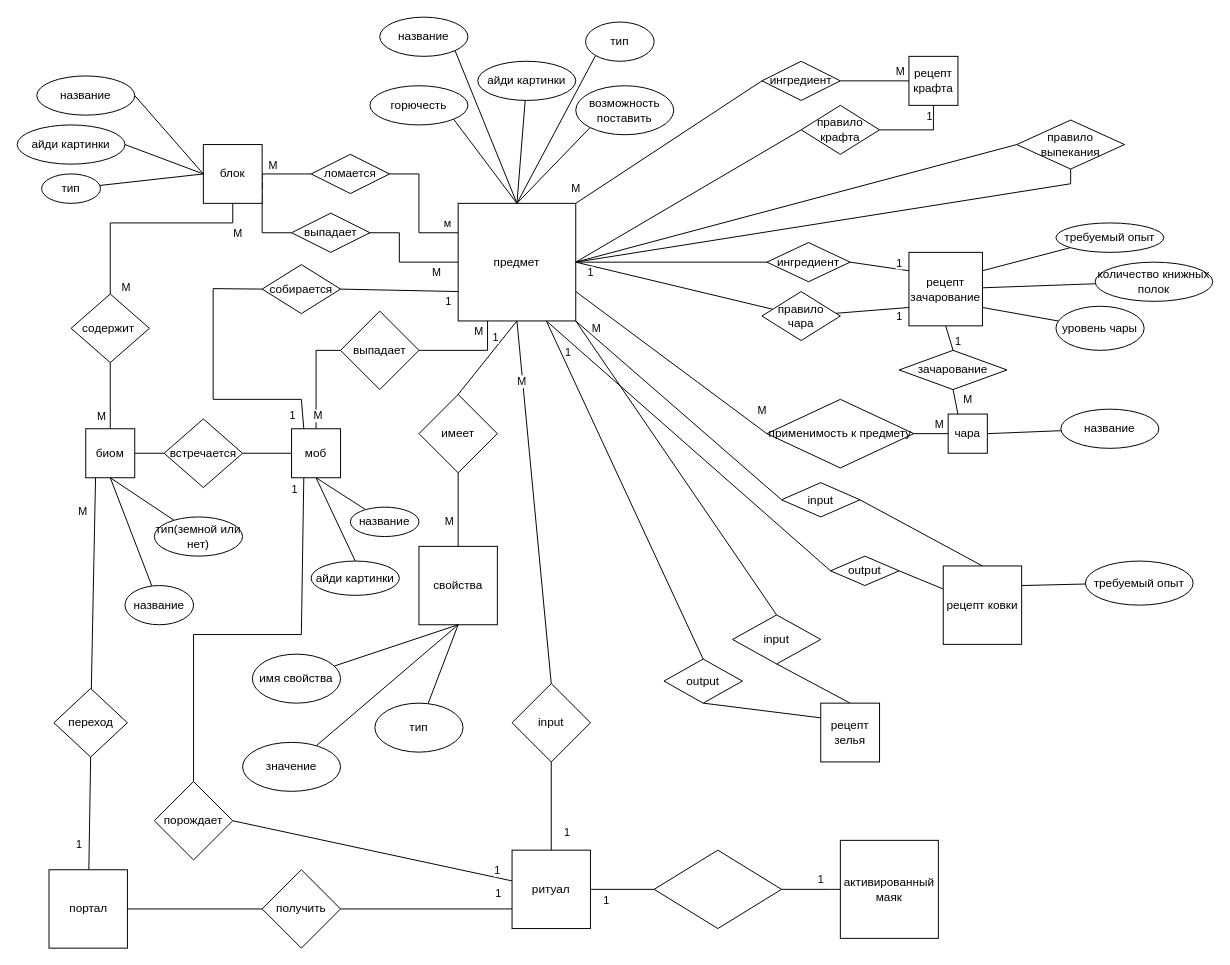
Before: second-stage/DB_coursework1.drawio in ShchA317/db-coursework, a draw.io diagram. Source tidied: cells renumbered, new cells numbered last; positions are measured from the earlier drawing's top-left corner, leaving out a move shared by most shapes. Both pictures are drawn from the tidied source at 98%, with x=0, y=0 at pixel (17, 17).
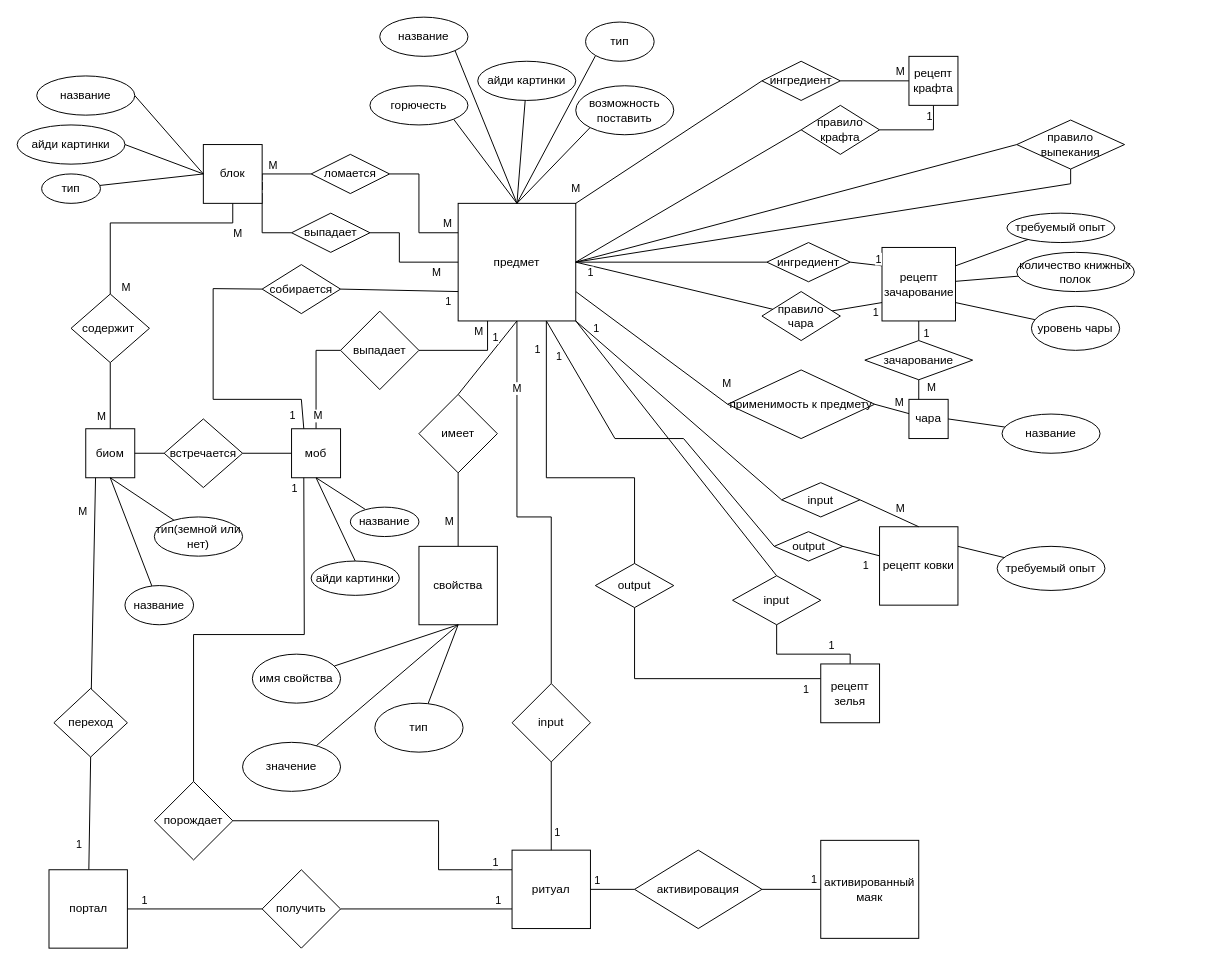
The same diagram, later.

Unchanged cells that the change refers to:
```xml
<mxCell id="8" style="edgeStyle=none;rounded=0;jettySize=auto;html=1;exitX=1;exitY=1;exitDx=0;exitDy=0;entryX=0;entryY=0.5;entryDx=0;entryDy=0;startArrow=none;startFill=0;endArrow=none;endFill=0;" parent="1" edge="1" source="13" target="123">
  <mxGeometry relative="1" as="geometry" />
</mxCell>
<mxCell id="13" value="предмет" style="whiteSpace=wrap;html=1;" parent="1" vertex="1">
  <mxGeometry x="450" y="190" width="120" height="120" as="geometry" />
</mxCell>
<mxCell id="43" value="моб" style="whiteSpace=wrap;html=1;" parent="1" vertex="1">
  <mxGeometry x="280" y="420" width="50" height="50" as="geometry" />
</mxCell>
<mxCell id="54" style="edgeStyle=none;rounded=0;jettySize=auto;html=1;exitX=1;exitY=0.5;exitDx=0;exitDy=0;startArrow=none;startFill=0;endArrow=none;endFill=0;entryX=0;entryY=0.25;entryDx=0;entryDy=0;" parent="1" edge="1" source="56" target="13">
  <mxGeometry relative="1" as="geometry">
    <Array as="points">
      <mxPoint x="410" y="160" />
      <mxPoint x="410" y="220" />
    </Array>
  </mxGeometry>
</mxCell>
<mxCell id="120" style="edgeStyle=none;rounded=0;jettySize=auto;html=1;entryX=1;entryY=0.5;entryDx=0;entryDy=0;startArrow=none;startFill=0;endArrow=none;endFill=0;" parent="1" edge="1" source="121" target="126">
  <mxGeometry relative="1" as="geometry" />
</mxCell>
<mxCell id="122" style="edgeStyle=none;rounded=0;jettySize=auto;html=1;exitX=1;exitY=0.5;exitDx=0;exitDy=0;entryX=0.5;entryY=0;entryDx=0;entryDy=0;startArrow=none;startFill=0;endArrow=none;endFill=0;" parent="1" edge="1" source="123" target="121">
  <mxGeometry relative="1" as="geometry" />
</mxCell>
<mxCell id="136" style="edgeStyle=none;rounded=0;jettySize=auto;html=1;entryX=0;entryY=0.5;entryDx=0;entryDy=0;startArrow=none;startFill=0;endArrow=none;endFill=0;" parent="1" edge="1" source="138" target="156">
  <mxGeometry relative="1" as="geometry" />
</mxCell>
<mxCell id="138" value="ритуал" style="whiteSpace=wrap;html=1;" parent="1" vertex="1">
  <mxGeometry x="505" y="850" width="80" height="80" as="geometry" />
</mxCell>
<mxCell id="139" style="edgeStyle=none;rounded=0;jettySize=auto;html=1;exitX=0.5;exitY=1;exitDx=0;exitDy=0;entryX=0.5;entryY=0;entryDx=0;entryDy=0;startArrow=none;startFill=0;endArrow=none;endFill=0;" parent="1" edge="1" source="141" target="138">
  <mxGeometry relative="1" as="geometry" />
</mxCell>
<mxCell id="141" value="input" style="rhombus;whiteSpace=wrap;html=1;" parent="1" vertex="1">
  <mxGeometry x="505" y="680" width="80" height="80" as="geometry" />
</mxCell>
<mxCell id="144" value="порождает" style="rhombus;whiteSpace=wrap;html=1;" parent="1" vertex="1">
  <mxGeometry x="140" y="780" width="80" height="80" as="geometry" />
</mxCell>
<mxCell id="151" style="edgeStyle=none;rounded=0;jettySize=auto;html=1;startArrow=none;startFill=0;endArrow=none;endFill=0;" parent="1" edge="1" source="153" target="147">
  <mxGeometry relative="1" as="geometry" />
</mxCell>
<mxCell id="152" style="edgeStyle=none;rounded=0;jettySize=auto;html=1;entryX=0;entryY=0.75;entryDx=0;entryDy=0;startArrow=none;startFill=0;endArrow=none;endFill=0;" parent="1" edge="1" source="153" target="138">
  <mxGeometry relative="1" as="geometry" />
</mxCell>
```

What changed in the source:
```diff
@@
-    <mxCell id="9" value="М" style="edgeLabel;html=1;align=center;verticalAlign=middle;" parent="8" vertex="1">
+    <mxCell id="9" value="1" style="edgeLabel;html=1;align=center;verticalAlign=middle;" parent="8" vertex="1">
       <mxGeometry x="-0.8" y="-1" relative="1" as="geometry">
         <mxPoint y="-12" as="offset" />
       </mxGeometry>
     </mxCell>
@@
     <mxCell id="11" style="edgeStyle=none;rounded=0;jettySize=auto;html=1;exitX=0.5;exitY=1;exitDx=0;exitDy=0;entryX=0.5;entryY=0;entryDx=0;entryDy=0;startArrow=none;startFill=0;endArrow=none;endFill=0;" parent="1" edge="1" source="13" target="141">
-      <mxGeometry relative="1" as="geometry" />
+      <mxGeometry relative="1" as="geometry">
+        <Array as="points">
+          <mxPoint x="510" y="510" />
+          <mxPoint x="545" y="510" />
+        </Array>
+      </mxGeometry>
     </mxCell>
@@
-    <mxCell id="55" value="м" style="edgeLabel;html=1;align=center;verticalAlign=middle;" parent="54" vertex="1">
+    <mxCell id="55" value="М" style="edgeLabel;html=1;align=center;verticalAlign=middle;" parent="54" vertex="1">
       <mxGeometry x="0.82" y="2" relative="1" as="geometry">
         <mxPoint y="-8" as="offset" />
       </mxGeometry>
     </mxCell>
@@
     <mxCell id="77" style="edgeStyle=none;rounded=0;jettySize=auto;html=1;exitX=0.5;exitY=1;exitDx=0;exitDy=0;entryX=0.5;entryY=0;entryDx=0;entryDy=0;startArrow=none;startFill=0;endArrow=none;endFill=0;" parent="1" edge="1" source="78" target="130">
-      <mxGeometry relative="1" as="geometry" />
+      <mxGeometry relative="1" as="geometry">
+        <Array as="points">
+          <mxPoint x="775" y="650" />
+          <mxPoint x="850" y="650" />
+        </Array>
+      </mxGeometry>
     </mxCell>
+    <mxCell id="157" value="1" style="edgeLabel;html=1;align=center;verticalAlign=middle;" parent="77" vertex="1">
+      <mxGeometry x="0.42" relative="1" as="geometry">
+        <mxPoint x="3" y="-10" as="offset" />
+      </mxGeometry>
+    </mxCell>
     <mxCell id="78" value="input" style="rhombus;whiteSpace=wrap;html=1;" parent="1" vertex="1">
-      <mxGeometry x="730" y="610" width="90" height="50" as="geometry" />
+      <mxGeometry x="730" y="570" width="90" height="50" as="geometry" />
     </mxCell>
@@
     <mxCell id="83" value="рецепт зачарование" style="whiteSpace=wrap;html=1;" parent="1" vertex="1">
-      <mxGeometry x="910" y="240" width="75" height="75" as="geometry" />
+      <mxGeometry x="882.5" y="235" width="75" height="75" as="geometry" />
     </mxCell>
@@
     <mxCell id="85" value="требуемый опыт" style="ellipse;whiteSpace=wrap;html=1;" parent="1" vertex="1">
-      <mxGeometry x="1060" y="210" width="110" height="30" as="geometry" />
+      <mxGeometry x="1010" y="200" width="110" height="30" as="geometry" />
     </mxCell>
@@
     <mxCell id="96" value="количество книжных полок" style="ellipse;whiteSpace=wrap;html=1;" parent="1" vertex="1">
-      <mxGeometry x="1100" y="250" width="120" height="40" as="geometry" />
+      <mxGeometry x="1020" y="240" width="120" height="40" as="geometry" />
     </mxCell>
     <mxCell id="97" value="чара" style="whiteSpace=wrap;html=1;" parent="1" vertex="1">
-      <mxGeometry x="950" y="405" width="40" height="40" as="geometry" />
+      <mxGeometry x="910" y="390" width="40" height="40" as="geometry" />
     </mxCell>
@@
     <mxCell id="99" value="название" style="ellipse;whiteSpace=wrap;html=1;" parent="1" vertex="1">
-      <mxGeometry x="1065" y="400" width="100" height="40" as="geometry" />
+      <mxGeometry x="1005" y="405" width="100" height="40" as="geometry" />
     </mxCell>
@@
     <mxCell id="101" value="уровень чары" style="ellipse;whiteSpace=wrap;html=1;" parent="1" vertex="1">
-      <mxGeometry x="1060" y="295" width="90" height="45" as="geometry" />
+      <mxGeometry x="1035" y="295" width="90" height="45" as="geometry" />
     </mxCell>
@@
     <mxCell id="104" value="применимость к предмету" style="rhombus;whiteSpace=wrap;html=1;" parent="1" vertex="1">
-      <mxGeometry x="765" y="390" width="150" height="70" as="geometry" />
+      <mxGeometry x="725" y="360" width="150" height="70" as="geometry" />
     </mxCell>
@@
     <mxCell id="107" value="зачарование" style="rhombus;whiteSpace=wrap;html=1;" parent="1" vertex="1">
-      <mxGeometry x="900" y="340" width="110" height="40" as="geometry" />
+      <mxGeometry x="865" y="330" width="110" height="40" as="geometry" />
     </mxCell>
@@
+    <mxCell id="158" value="1" style="edgeLabel;html=1;align=center;verticalAlign=middle;" parent="120" vertex="1">
+      <mxGeometry x="-0.22" y="1" relative="1" as="geometry">
+        <mxPoint y="13" as="offset" />
+      </mxGeometry>
+    </mxCell>
     <mxCell id="121" value="рецепт ковки" style="whiteSpace=wrap;html=1;" parent="1" vertex="1">
-      <mxGeometry x="945" y="560" width="80" height="80" as="geometry" />
+      <mxGeometry x="880" y="520" width="80" height="80" as="geometry" />
     </mxCell>
@@
+    <mxCell id="159" value="М" style="edgeLabel;html=1;align=center;verticalAlign=middle;" parent="122" vertex="1">
+      <mxGeometry y="1" relative="1" as="geometry">
+        <mxPoint x="10" y="-5" as="offset" />
+      </mxGeometry>
+    </mxCell>
@@
     <mxCell id="124" style="edgeStyle=none;rounded=0;jettySize=auto;html=1;exitX=0;exitY=0.5;exitDx=0;exitDy=0;entryX=0.75;entryY=1;entryDx=0;entryDy=0;startArrow=none;startFill=0;endArrow=none;endFill=0;" parent="1" edge="1" source="126" target="13">
-      <mxGeometry relative="1" as="geometry" />
+      <mxGeometry relative="1" as="geometry">
+        <Array as="points">
+          <mxPoint x="680" y="430" />
+          <mxPoint x="610" y="430" />
+        </Array>
+      </mxGeometry>
     </mxCell>
@@
     <mxCell id="126" value="output" style="rhombus;whiteSpace=wrap;html=1;" parent="1" vertex="1">
-      <mxGeometry x="830" y="550" width="70" height="30" as="geometry" />
+      <mxGeometry x="772.5" y="525" width="70" height="30" as="geometry" />
     </mxCell>
@@
     <mxCell id="128" value="требуемый опыт" style="ellipse;whiteSpace=wrap;html=1;" parent="1" vertex="1">
-      <mxGeometry x="1090" y="555" width="110" height="45" as="geometry" />
+      <mxGeometry x="1000" y="540" width="110" height="45" as="geometry" />
     </mxCell>
     <mxCell id="129" style="edgeStyle=none;rounded=0;jettySize=auto;html=1;exitX=0;exitY=0.25;exitDx=0;exitDy=0;entryX=0.5;entryY=1;entryDx=0;entryDy=0;startArrow=none;startFill=0;endArrow=none;endFill=0;" parent="1" edge="1" source="130" target="132">
-      <mxGeometry relative="1" as="geometry" />
+      <mxGeometry relative="1" as="geometry">
+        <Array as="points">
+          <mxPoint x="630" y="675" />
+        </Array>
+      </mxGeometry>
     </mxCell>
+    <mxCell id="160" value="1" style="edgeLabel;html=1;align=center;verticalAlign=middle;" parent="129" vertex="1">
+      <mxGeometry x="-0.8" relative="1" as="geometry">
+        <mxPoint x="10" y="10" as="offset" />
+      </mxGeometry>
+    </mxCell>
     <mxCell id="130" value="рецепт зелья" style="whiteSpace=wrap;html=1;" parent="1" vertex="1">
-      <mxGeometry x="820" y="700" width="60" height="60" as="geometry" />
+      <mxGeometry x="820" y="660" width="60" height="60" as="geometry" />
     </mxCell>
     <mxCell id="131" style="edgeStyle=none;rounded=0;jettySize=auto;html=1;exitX=0.5;exitY=0;exitDx=0;exitDy=0;entryX=0.75;entryY=1;entryDx=0;entryDy=0;startArrow=none;startFill=0;endArrow=none;endFill=0;" parent="1" edge="1" source="132" target="13">
-      <mxGeometry relative="1" as="geometry" />
+      <mxGeometry relative="1" as="geometry">
+        <Array as="points">
+          <mxPoint x="630" y="470" />
+          <mxPoint x="540" y="470" />
+        </Array>
+      </mxGeometry>
     </mxCell>
+    <mxCell id="161" value="1" style="edgeLabel;html=1;align=center;verticalAlign=middle;" parent="131" vertex="1">
+      <mxGeometry x="0.83" relative="1" as="geometry">
+        <mxPoint x="-10" as="offset" />
+      </mxGeometry>
+    </mxCell>
     <mxCell id="132" value="output" style="rhombus;whiteSpace=wrap;html=1;" parent="1" vertex="1">
-      <mxGeometry x="660" y="655" width="80" height="45" as="geometry" />
+      <mxGeometry x="590" y="557.5" width="80" height="45" as="geometry" />
     </mxCell>
-    <mxCell id="133" style="edgeStyle=none;rounded=0;jettySize=auto;html=1;entryX=1;entryY=0.5;entryDx=0;entryDy=0;startArrow=none;startFill=0;endArrow=none;endFill=0;" parent="1" edge="1" source="138" target="144">
-      <mxGeometry relative="1" as="geometry" />
+    <mxCell id="133" style="edgeStyle=none;rounded=0;jettySize=auto;html=1;entryX=1;entryY=0.5;entryDx=0;entryDy=0;startArrow=none;startFill=0;endArrow=none;endFill=0;exitX=0;exitY=0.25;exitDx=0;exitDy=0;" parent="1" edge="1" source="138" target="144">
+      <mxGeometry relative="1" as="geometry">
+        <Array as="points">
+          <mxPoint x="430" y="870" />
+          <mxPoint x="430" y="820" />
+        </Array>
+      </mxGeometry>
     </mxCell>
-    <mxCell id="134" value="1" style="edgeLabel;html=1;align=center;verticalAlign=middle;" parent="133" vertex="1">
-      <mxGeometry x="-0.85" y="3" relative="1" as="geometry">
-        <mxPoint x="8" y="14" as="offset" />
-      </mxGeometry>
-    </mxCell>
@@
     <mxCell id="137" value="1" style="edgeLabel;html=1;align=center;verticalAlign=middle;" parent="136" vertex="1">
       <mxGeometry x="-0.04" y="-2" relative="1" as="geometry">
-        <mxPoint x="-16" y="8" as="offset" />
+        <mxPoint x="-16" y="-12" as="offset" />
       </mxGeometry>
     </mxCell>
@@
     <mxCell id="140" value="1" style="edgeLabel;html=1;align=center;verticalAlign=middle;" parent="139" vertex="1">
       <mxGeometry x="0.57" relative="1" as="geometry">
-        <mxPoint x="15" as="offset" />
+        <mxPoint x="5" as="offset" />
       </mxGeometry>
     </mxCell>
@@
-    <mxCell id="142" style="edgeStyle=none;rounded=0;jettySize=auto;html=1;entryX=0.25;entryY=1;entryDx=0;entryDy=0;startArrow=none;startFill=0;endArrow=none;endFill=0;" parent="1" edge="1" source="144" target="43">
+    <mxCell id="142" style="edgeStyle=none;rounded=0;jettySize=auto;html=1;startArrow=none;startFill=0;endArrow=none;endFill=0;entryX=0.25;entryY=1;entryDx=0;entryDy=0;" parent="1" edge="1" source="144" target="43">
       <mxGeometry relative="1" as="geometry">
         <Array as="points">
           <mxPoint x="180" y="630" />
-          <mxPoint x="290" y="630" />
+          <mxPoint x="293" y="630" />
         </Array>
       </mxGeometry>
     </mxCell>
@@
+    <mxCell id="162" value="1" style="edgeLabel;html=1;align=center;verticalAlign=middle;" parent="151" vertex="1">
+      <mxGeometry x="0.73" y="1" relative="1" as="geometry">
+        <mxPoint x="-2" y="-11" as="offset" />
+      </mxGeometry>
+    </mxCell>
@@
+    <mxCell id="163" value="1" style="edgeLabel;html=1;align=center;verticalAlign=middle;" parent="152" vertex="1">
+      <mxGeometry x="0.71" y="-2" relative="1" as="geometry">
+        <mxPoint x="10" y="-12" as="offset" />
+      </mxGeometry>
+    </mxCell>
@@
     <mxCell id="155" value="активированный&lt;br&gt;маяк" style="whiteSpace=wrap;html=1;" parent="1" vertex="1">
-      <mxGeometry x="840" y="840" width="100" height="100" as="geometry" />
+      <mxGeometry x="820" y="840" width="100" height="100" as="geometry" />
     </mxCell>
-    <mxCell id="156" style="rhombus;whiteSpace=wrap;html=1;" parent="1" vertex="1">
-      <mxGeometry x="650" y="850" width="130" height="80" as="geometry" />
+    <mxCell id="156" value="активировация" style="rhombus;whiteSpace=wrap;html=1;" parent="1" vertex="1">
+      <mxGeometry x="630" y="850" width="130" height="80" as="geometry" />
     </mxCell>
```
